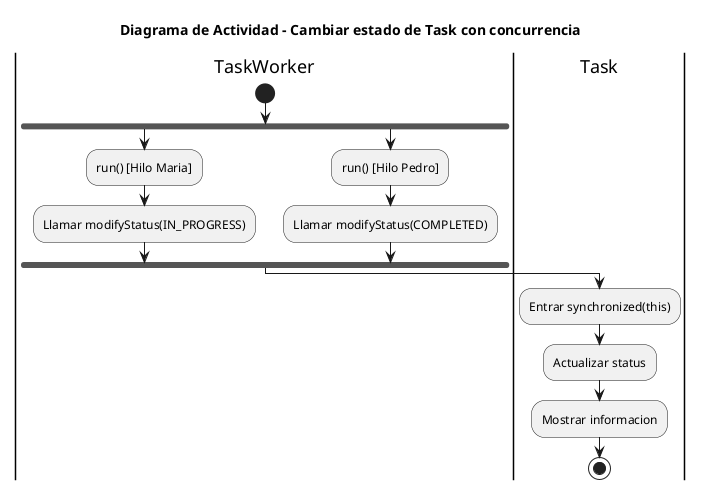
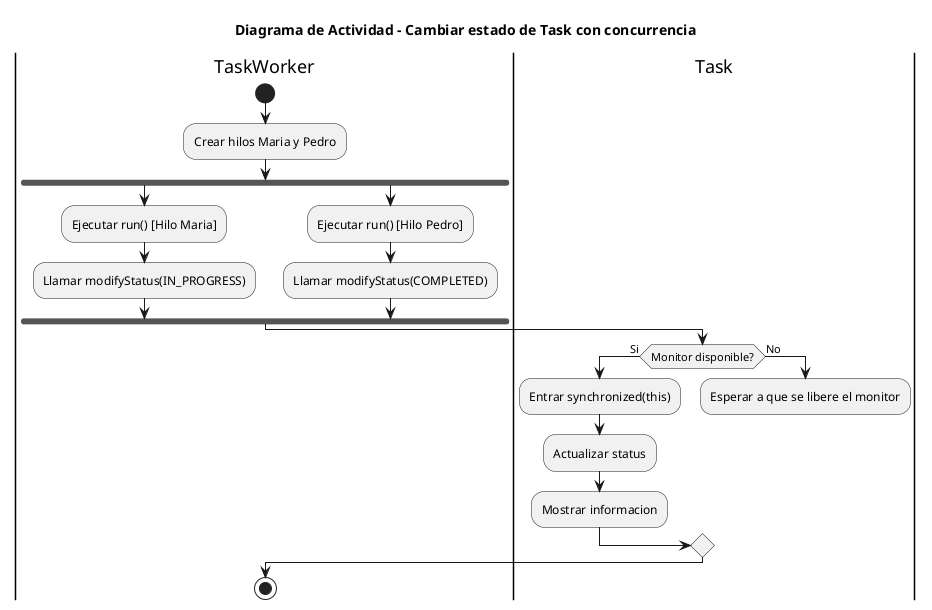
@startuml DiagramaActividadV2
title Diagrama de Actividad - Cambiar estado de Task con concurrencia

|TaskWorker|
start
+ :Crear hilos Maria y Pedro;
fork
-   :run() [Hilo Maria];
+   :Ejecutar run() [Hilo Maria];
  :Llamar modifyStatus(IN_PROGRESS);
fork again
-   :run() [Hilo Pedro];
+   :Ejecutar run() [Hilo Pedro];
  :Llamar modifyStatus(COMPLETED);
end fork

|Task|
- :Entrar synchronized(this);
- :Actualizar status;
- :Mostrar informacion;
+ if (Monitor disponible?) then (Si)
+   :Entrar synchronized(this);
+   :Actualizar status;
+   :Mostrar informacion;
+ else (No)
+   :Esperar a que se libere el monitor;
+   -[hidden]->
+ endif
+ 
+ |TaskWorker|
stop

@enduml
